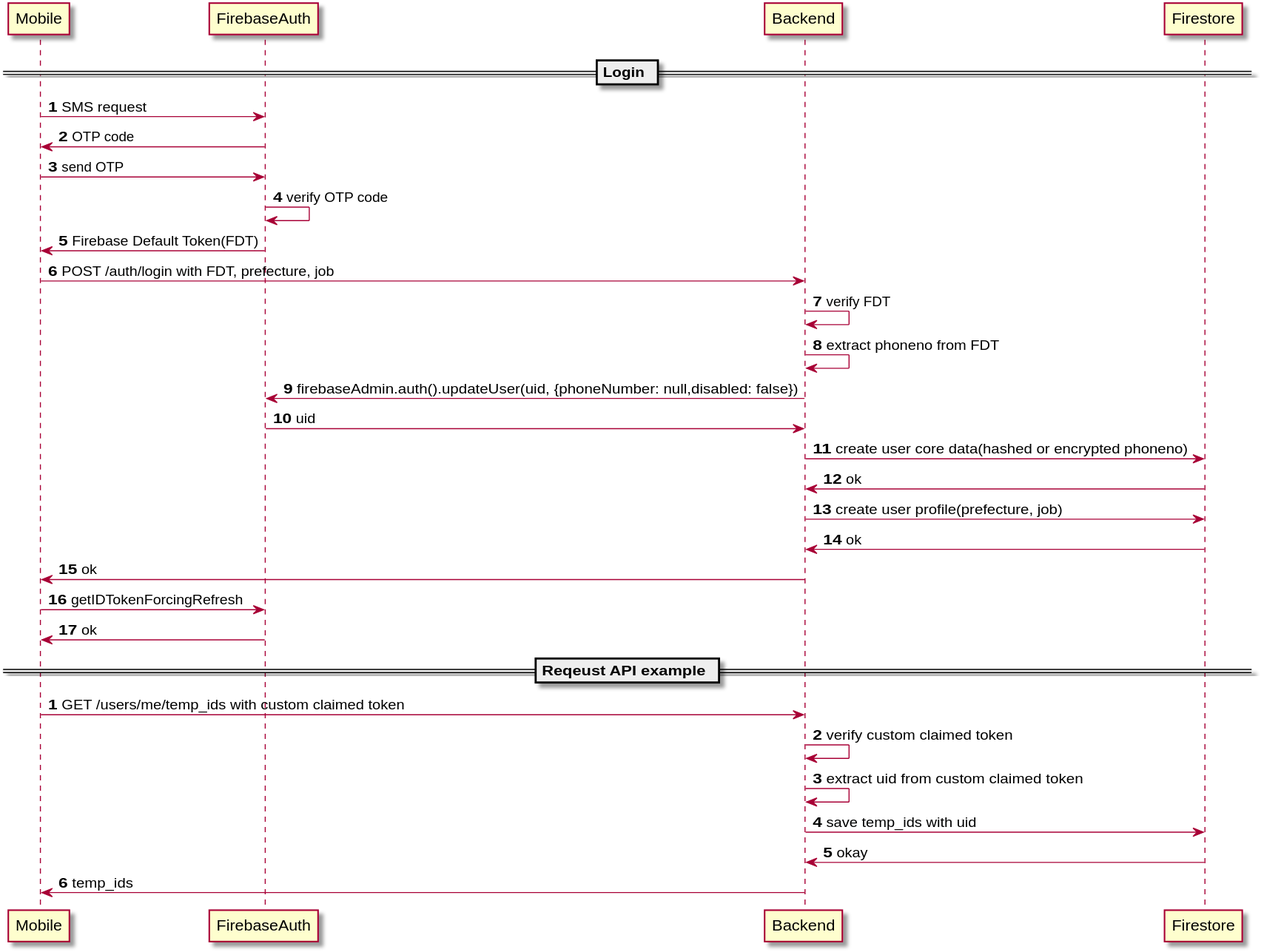
Above: docs/auth.svg in mamori-i-japan/mamori-i-japan-api (PlantUML), before the change.
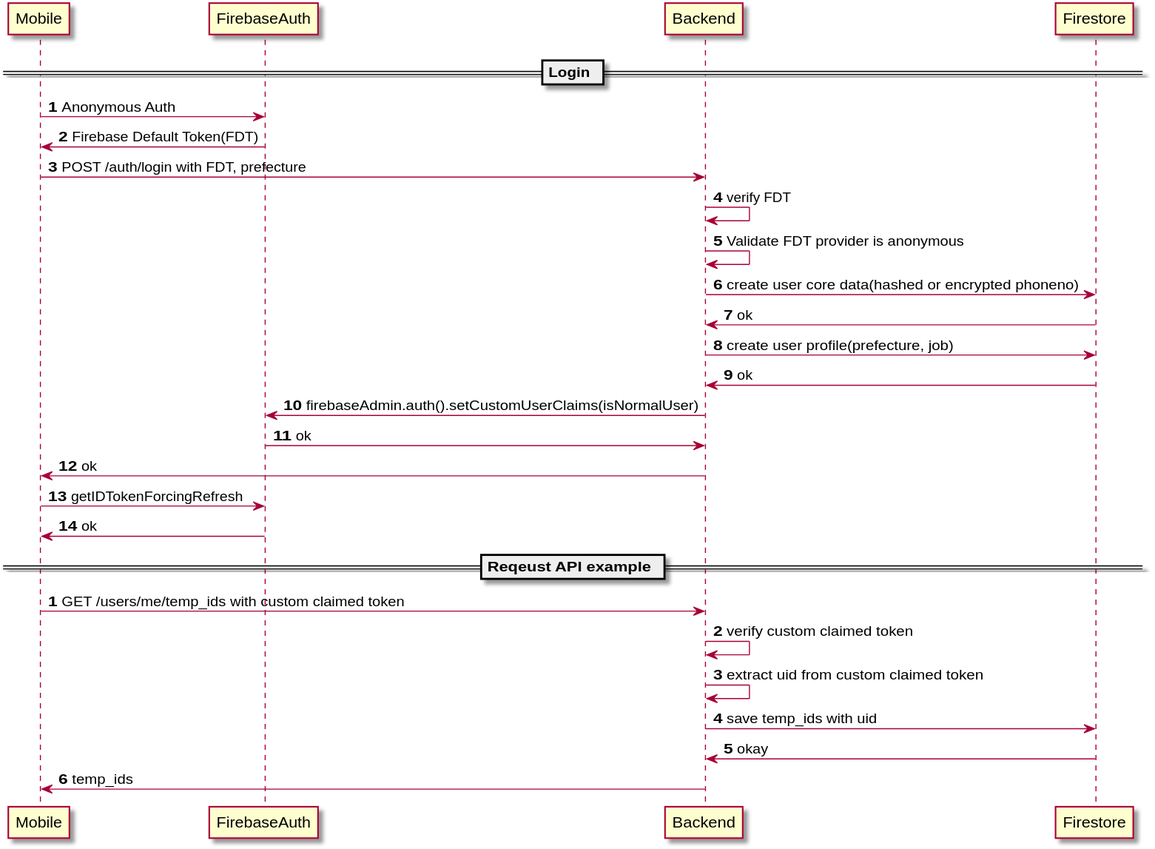
Later version of the same file.

Change to the diagram source:
```diff
@@ -1,22 +1,20 @@
 @startuml
+
 == Login ==
 
 autonumber 1
 
-Mobile  -> FirebaseAuth: SMS request
-FirebaseAuth -> Mobile: OTP code
-Mobile  -> FirebaseAuth: send OTP
-FirebaseAuth -> FirebaseAuth: verify OTP code
+Mobile  -> FirebaseAuth: Anonymous Auth
 FirebaseAuth -> Mobile: Firebase Default Token(FDT)
-Mobile -> Backend: POST /auth/login with FDT, prefecture, job
+Mobile -> Backend: POST /auth/login with FDT, prefecture
 Backend -> Backend: verify FDT
-Backend -> Backend: extract phoneno from FDT
-Backend ->  FirebaseAuth: firebaseAdmin.auth().updateUser(uid, {phoneNumber: null,disabled: false})
-FirebaseAuth -> Backend: uid
+Backend -> Backend: Validate FDT provider is anonymous
 Backend -> Firestore: create user core data(hashed or encrypted phoneno)
 Firestore -> Backend: ok
 Backend -> Firestore: create user profile(prefecture, job)
 Firestore -> Backend: ok
+Backend ->  FirebaseAuth: firebaseAdmin.auth().setCustomUserClaims(isNormalUser)
+FirebaseAuth -> Backend: ok
 Backend -> Mobile: ok
 Mobile -> FirebaseAuth: getIDTokenForcingRefresh
 FirebaseAuth -> Mobile: ok
@@ -30,4 +28,5 @@
 Backend -> Firestore: save temp_ids with uid
 Firestore -> Backend: okay
 Backend -> Mobile: temp_ids
+
 @enduml
```
